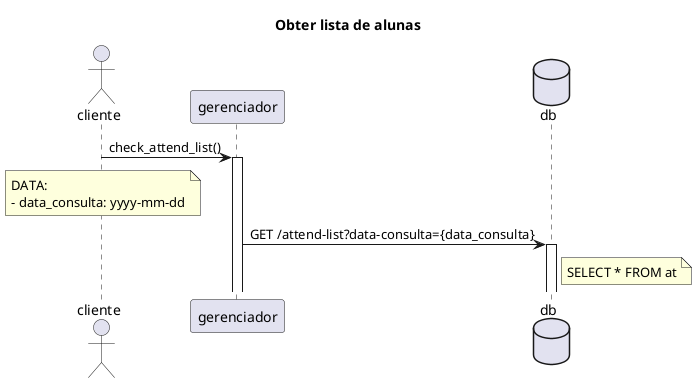
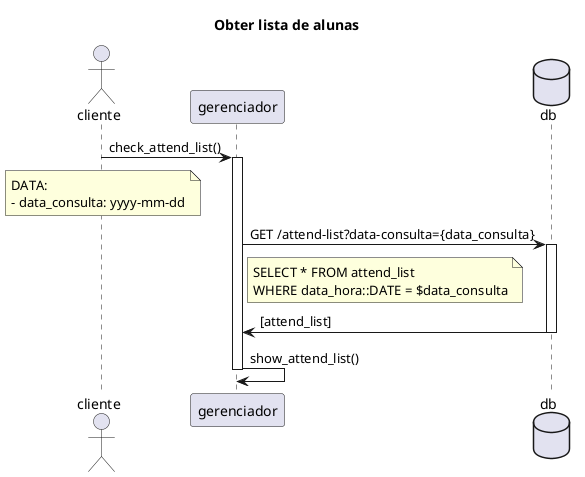
@startuml

title Obter lista de alunas

actor cliente
participant gerenciador
database db

cliente -> gerenciador : check_attend_list()
activate gerenciador
note over cliente
  DATA:
  - data_consulta: yyyy-mm-dd
end note

gerenciador -> db : GET /attend-list?data-consulta={data_consulta}
activate db
- note right of db
-   SELECT * FROM at
+ note right of gerenciador
+   SELECT * FROM attend_list
+   WHERE data_hora::DATE = $data_consulta
end note
+ 
+ gerenciador <- db : [attend_list]
+ deactivate db
+ 
+ gerenciador -> gerenciador : show_attend_list()
+ deactivate gerenciador


@enduml